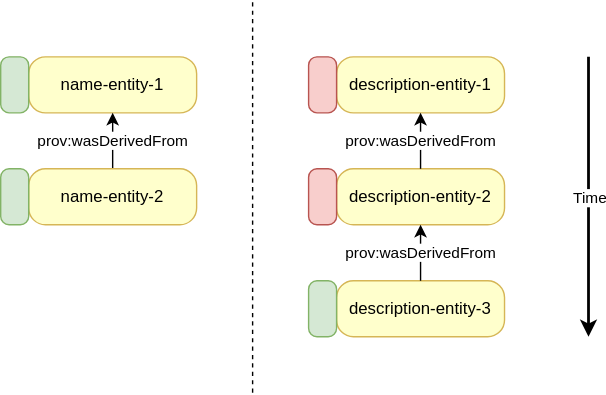
The draw.io diagram img/entities_succession.svg in swiss/paf-link, before a commit. Source tidied: cells renumbered, new cells last; positions are measured from the earlier drawing's top-left corner, leaving out a move shared by most shapes.
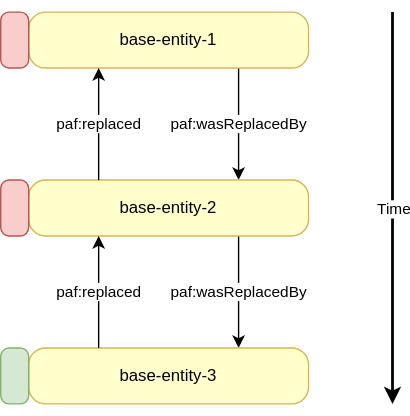
After the change.

Diff of the diagram source:
```diff
@@ -2,59 +2,44 @@
   <root>
     <mxCell id="0" />
     <mxCell id="1" parent="0" />
-    <mxCell id="2" value="name-entity-1" style="rounded=1;whiteSpace=wrap;html=1;fillColor=#FFFFCC;strokeColor=#d6b656;arcSize=30;" parent="1" vertex="1">
-      <mxGeometry x="20" y="40" width="120" height="40" as="geometry" />
-    </mxCell>
-    <mxCell id="3" value="prov:wasDerivedFrom" style="edgeStyle=none;html=1;exitX=0.5;exitY=0;exitDx=0;exitDy=0;entryX=0.5;entryY=1;entryDx=0;entryDy=0;" parent="1" edge="1" source="4" target="2">
-      <mxGeometry relative="1" as="geometry" />
-    </mxCell>
-    <mxCell id="4" value="name-entity-2" style="rounded=1;whiteSpace=wrap;html=1;fillColor=#FFFFCC;strokeColor=#d6b656;arcSize=30;" parent="1" vertex="1">
-      <mxGeometry x="20" y="120" width="120" height="40" as="geometry" />
-    </mxCell>
+    <mxCell id="18" value="paf:wasReplacedBy" style="edgeStyle=none;html=1;exitX=0.75;exitY=1;exitDx=0;exitDy=0;entryX=0.75;entryY=0;entryDx=0;entryDy=0;" parent="1" edge="1" source="5" target="8">
+      <mxGeometry relative="1" as="geometry" />
+    </mxCell>
-    <mxCell id="5" value="description-entity-1" style="rounded=1;whiteSpace=wrap;html=1;fillColor=#FFFFCC;strokeColor=#d6b656;arcSize=30;" parent="1" vertex="1">
-      <mxGeometry x="240" y="40" width="120" height="40" as="geometry" />
+    <mxCell id="5" value="base-entity-1" style="rounded=1;whiteSpace=wrap;html=1;fillColor=#FFFFCC;strokeColor=#d6b656;arcSize=30;" parent="1" vertex="1">
+      <mxGeometry x="160" width="200" height="40" as="geometry" />
     </mxCell>
     <mxCell id="6" style="endArrow=classic;html=1;strokeWidth=2;" parent="1" edge="1">
       <mxGeometry relative="1" as="geometry">
-        <mxPoint x="420" y="40" as="sourcePoint" />
-        <mxPoint x="420" y="240" as="targetPoint" />
+        <mxPoint x="420" as="sourcePoint" />
+        <mxPoint x="420" y="280" as="targetPoint" />
       </mxGeometry>
     </mxCell>
     <mxCell id="7" value="Time" style="edgeLabel;html=1;align=center;verticalAlign=middle;" parent="6" vertex="1">
       <mxGeometry relative="1" as="geometry" />
     </mxCell>
+    <mxCell id="19" value="paf:wasReplacedBy" style="edgeStyle=none;html=1;exitX=0.75;exitY=1;exitDx=0;exitDy=0;entryX=0.75;entryY=0;entryDx=0;entryDy=0;" parent="1" edge="1" source="8" target="9">
+      <mxGeometry relative="1" as="geometry" />
+    </mxCell>
-    <mxCell id="8" value="description-entity-2" style="rounded=1;whiteSpace=wrap;html=1;fillColor=#FFFFCC;strokeColor=#d6b656;arcSize=30;" parent="1" vertex="1">
-      <mxGeometry x="240" y="120" width="120" height="40" as="geometry" />
+    <mxCell id="8" value="base-entity-2" style="rounded=1;whiteSpace=wrap;html=1;fillColor=#FFFFCC;strokeColor=#d6b656;arcSize=30;" parent="1" vertex="1">
+      <mxGeometry x="160" y="120" width="200" height="40" as="geometry" />
     </mxCell>
-    <mxCell id="9" value="description-entity-3" style="rounded=1;whiteSpace=wrap;html=1;fillColor=#FFFFCC;strokeColor=#d6b656;arcSize=30;" parent="1" vertex="1">
-      <mxGeometry x="240" y="200" width="120" height="40" as="geometry" />
+    <mxCell id="9" value="base-entity-3" style="rounded=1;whiteSpace=wrap;html=1;fillColor=#FFFFCC;strokeColor=#d6b656;arcSize=30;" parent="1" vertex="1">
+      <mxGeometry x="160" y="240" width="200" height="40" as="geometry" />
     </mxCell>
-    <mxCell id="10" style="endArrow=none;dashed=1;html=1;" parent="1" edge="1">
-      <mxGeometry relative="1" as="geometry">
-        <mxPoint x="180" y="280" as="sourcePoint" />
-        <mxPoint x="180" as="targetPoint" />
-      </mxGeometry>
-    </mxCell>
-    <mxCell id="11" value="prov:wasDerivedFrom" style="edgeStyle=none;html=1;exitX=0.5;exitY=0;exitDx=0;exitDy=0;entryX=0.5;entryY=1;entryDx=0;entryDy=0;" parent="1" edge="1" source="8" target="5">
+    <mxCell id="11" value="paf:replaced" style="edgeStyle=none;html=1;exitX=0.25;exitY=0;exitDx=0;exitDy=0;entryX=0.25;entryY=1;entryDx=0;entryDy=0;" parent="1" edge="1" source="8" target="5">
       <mxGeometry relative="1" as="geometry" />
     </mxCell>
-    <mxCell id="12" value="prov:wasDerivedFrom" style="edgeStyle=none;html=1;exitX=0.5;exitY=0;exitDx=0;exitDy=0;entryX=0.5;entryY=1;entryDx=0;entryDy=0;" parent="1" edge="1" source="9" target="8">
+    <mxCell id="12" value="paf:replaced" style="edgeStyle=none;html=1;exitX=0.25;exitY=0;exitDx=0;exitDy=0;entryX=0.25;entryY=1;entryDx=0;entryDy=0;" parent="1" edge="1" source="9" target="8">
       <mxGeometry relative="1" as="geometry" />
     </mxCell>
-    <mxCell id="13" style="rounded=1;whiteSpace=wrap;html=1;fillColor=#d5e8d4;strokeColor=#82b366;arcSize=30;" parent="1" vertex="1">
-      <mxGeometry y="40" width="20" height="40" as="geometry" />
-    </mxCell>
-    <mxCell id="14" style="rounded=1;whiteSpace=wrap;html=1;fillColor=#d5e8d4;strokeColor=#82b366;arcSize=30;" parent="1" vertex="1">
-      <mxGeometry y="120" width="20" height="40" as="geometry" />
-    </mxCell>
     <mxCell id="15" style="rounded=1;whiteSpace=wrap;html=1;fillColor=#f8cecc;strokeColor=#b85450;arcSize=30;" parent="1" vertex="1">
-      <mxGeometry x="220" y="40" width="20" height="40" as="geometry" />
+      <mxGeometry x="140" width="20" height="40" as="geometry" />
     </mxCell>
     <mxCell id="16" style="rounded=1;whiteSpace=wrap;html=1;fillColor=#f8cecc;strokeColor=#b85450;arcSize=30;" parent="1" vertex="1">
-      <mxGeometry x="220" y="120" width="20" height="40" as="geometry" />
+      <mxGeometry x="140" y="120" width="20" height="40" as="geometry" />
     </mxCell>
     <mxCell id="17" style="rounded=1;whiteSpace=wrap;html=1;fillColor=#d5e8d4;strokeColor=#82b366;arcSize=30;" parent="1" vertex="1">
-      <mxGeometry x="220" y="200" width="20" height="40" as="geometry" />
+      <mxGeometry x="140" y="240" width="20" height="40" as="geometry" />
     </mxCell>
   </root>
 </mxGraphModel>
```
